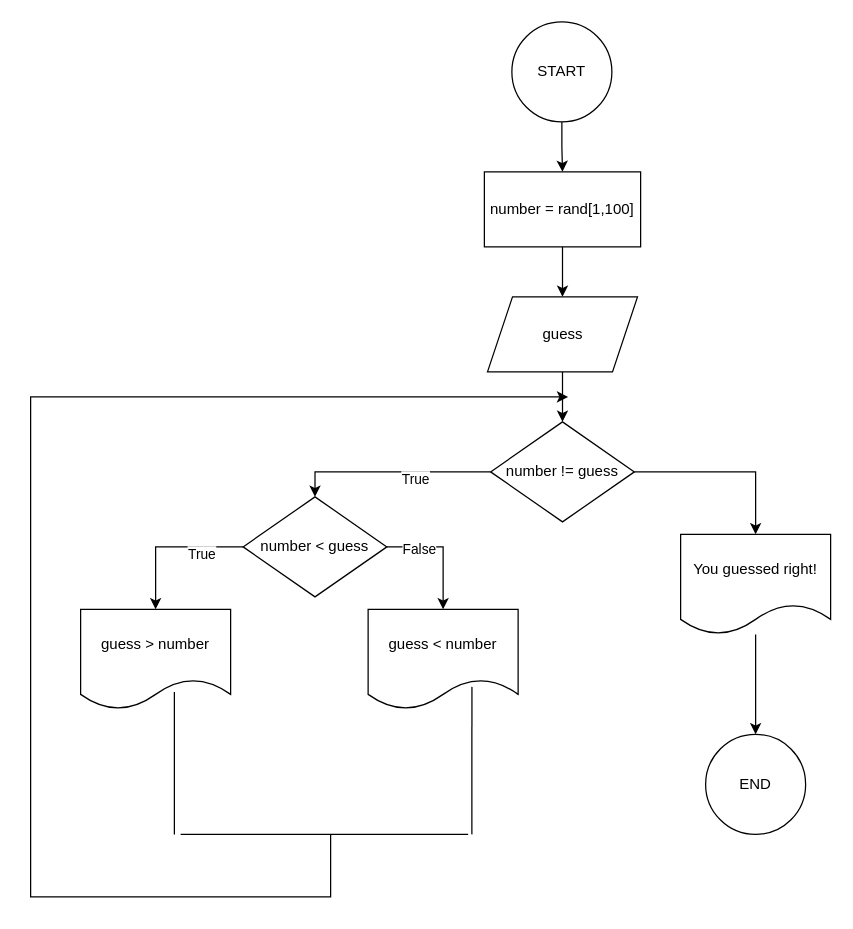
uthmanigbin/university-work keeps this draw.io diagram as hw-while-loop-task-3.drawio. Above is the earlier version. Source tidied: cells renumbered, new cells numbered last; positions are measured from the earlier drawing's top-left corner, leaving out a move shared by most shapes. Both pictures are drawn from the tidied source at 125%, with x=0, y=0 at pixel (30, 21).
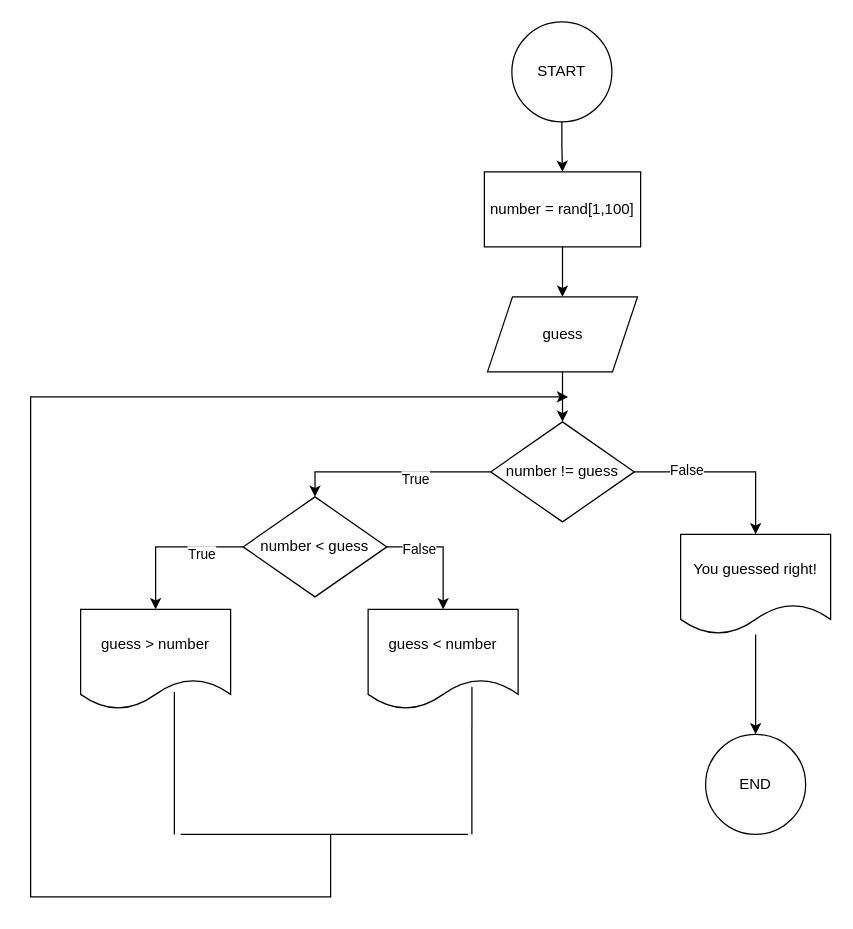
The same page after the edit.

Unchanged cells that the change refers to:
```xml
<mxCell id="10" style="edgeStyle=orthogonalEdgeStyle;rounded=0;jettySize=auto;html=1;" parent="1" edge="1" source="11" target="24">
  <mxGeometry relative="1" as="geometry" />
</mxCell>
```

The edit, as a diff of the source:
```diff
@@
+    <mxCell id="26" value="False" style="edgeLabel;html=1;align=center;verticalAlign=middle;" parent="10" vertex="1">
+      <mxGeometry x="-0.44" y="2" relative="1" as="geometry" />
+    </mxCell>
```
